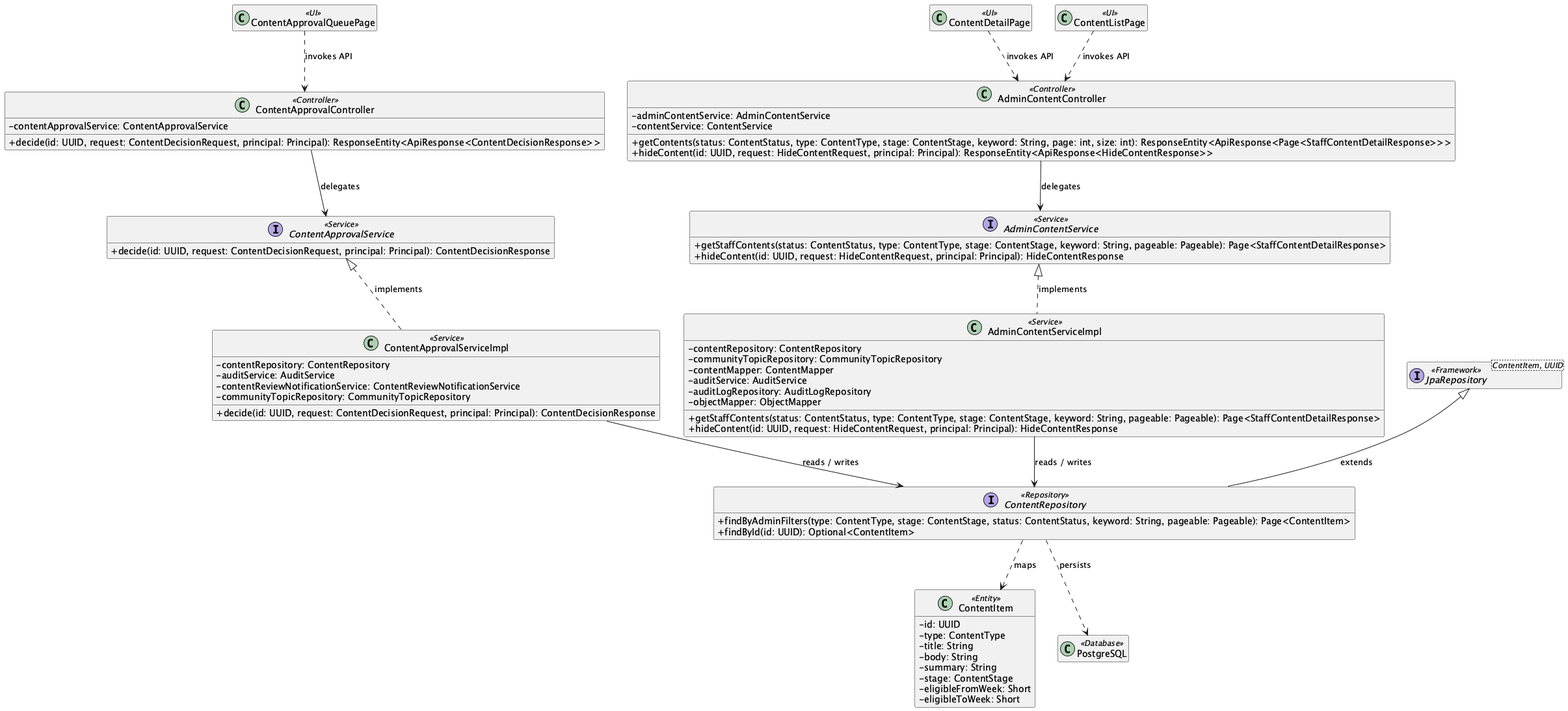
Earlier version of the PlantUML export 03_Design/Detailed_Design/MF09_Content_Hub/images/02_Content_Authoring_Review_Publishing_and_Archive_ClassDiagram.png (ChuongBDHE172784/CareBridge_SEP490_G79).
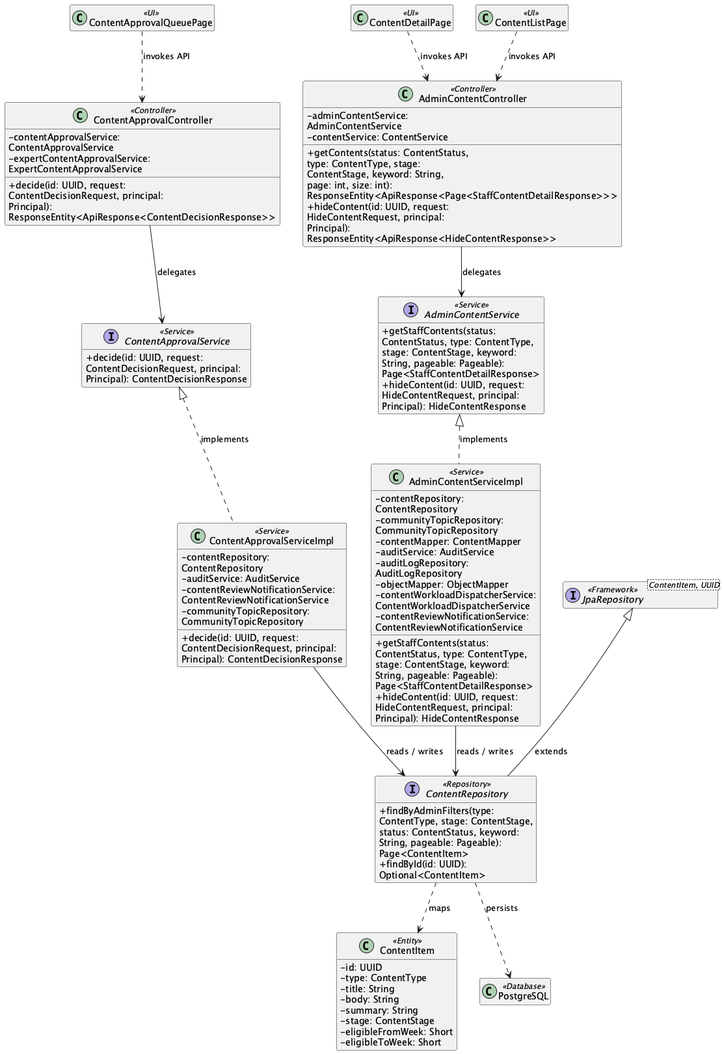
After the change.

Diff of the diagram source:
```diff
@@ -1,5 +1,6 @@
-@startuml
+@startuml ClassDiagram_02ContentAuthoringReviewPublishingandArchive
 skinparam classAttributeIconSize 0
+skinparam wrapWidth 250
 hide empty members
 
 class "ContentApprovalQueuePage" as UIContentApprovalQueuePage <<UI>>
@@ -13,6 +14,7 @@
 }
 class "ContentApprovalController" as ControllerContentApprovalController <<Controller>> {
   - contentApprovalService: ContentApprovalService
+  - expertContentApprovalService: ExpertContentApprovalService
   + decide(id: UUID, request: ContentDecisionRequest, principal: Principal): ResponseEntity<ApiResponse<ContentDecisionResponse>>
 }
 interface "AdminContentService" as ServiceContractAdminContentService <<Service>> {
@@ -26,6 +28,8 @@
   - auditService: AuditService
   - auditLogRepository: AuditLogRepository
   - objectMapper: ObjectMapper
+  - contentWorkloadDispatcherService: ContentWorkloadDispatcherService
+  - contentReviewNotificationService: ContentReviewNotificationService
   + getStaffContents(status: ContentStatus, type: ContentType, stage: ContentStage, keyword: String, pageable: Pageable): Page<StaffContentDetailResponse>
   + hideContent(id: UUID, request: HideContentRequest, principal: Principal): HideContentResponse
 }
```
